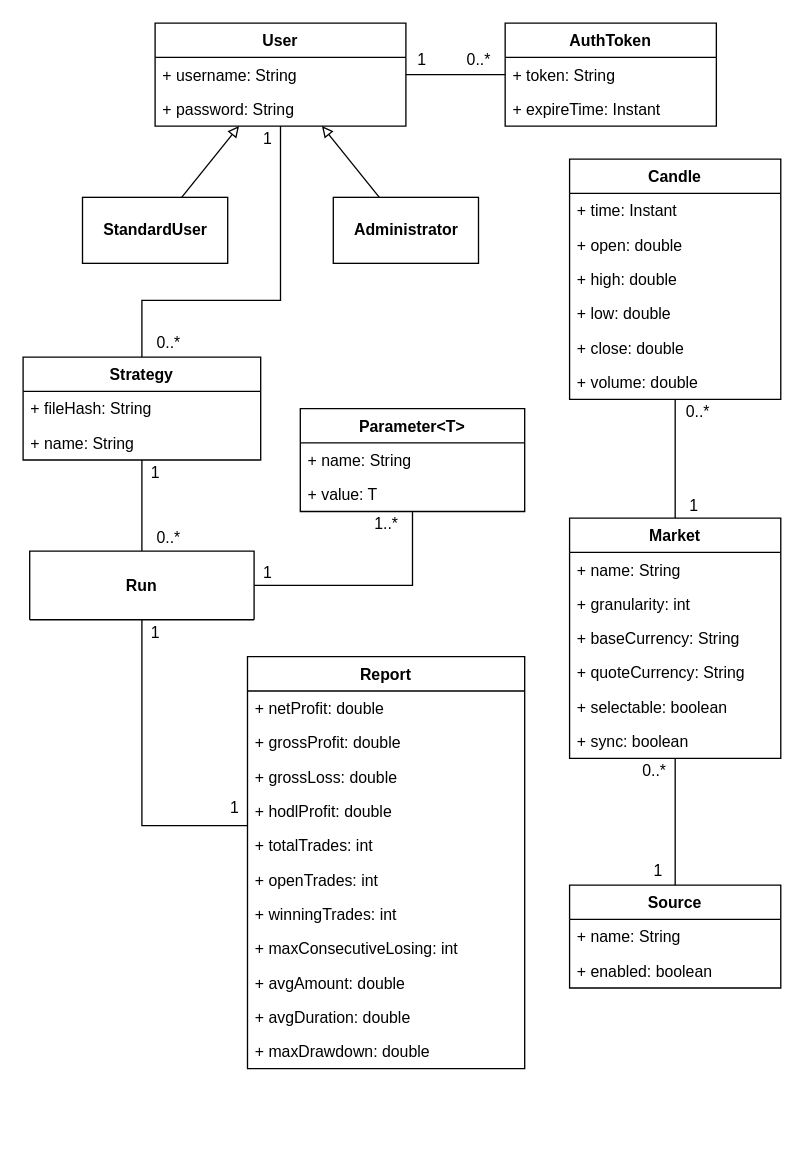
Above: drawio/datamodel.drawio in nferrante1/lsmsd2 (draw.io), before the change. Source tidied: cells renumbered, new cells numbered last; positions are measured from the earlier drawing's top-left corner, leaving out a move shared by most shapes. Both pictures are drawn from the tidied source at 132%, with x=0, y=0 at pixel (22, 22).
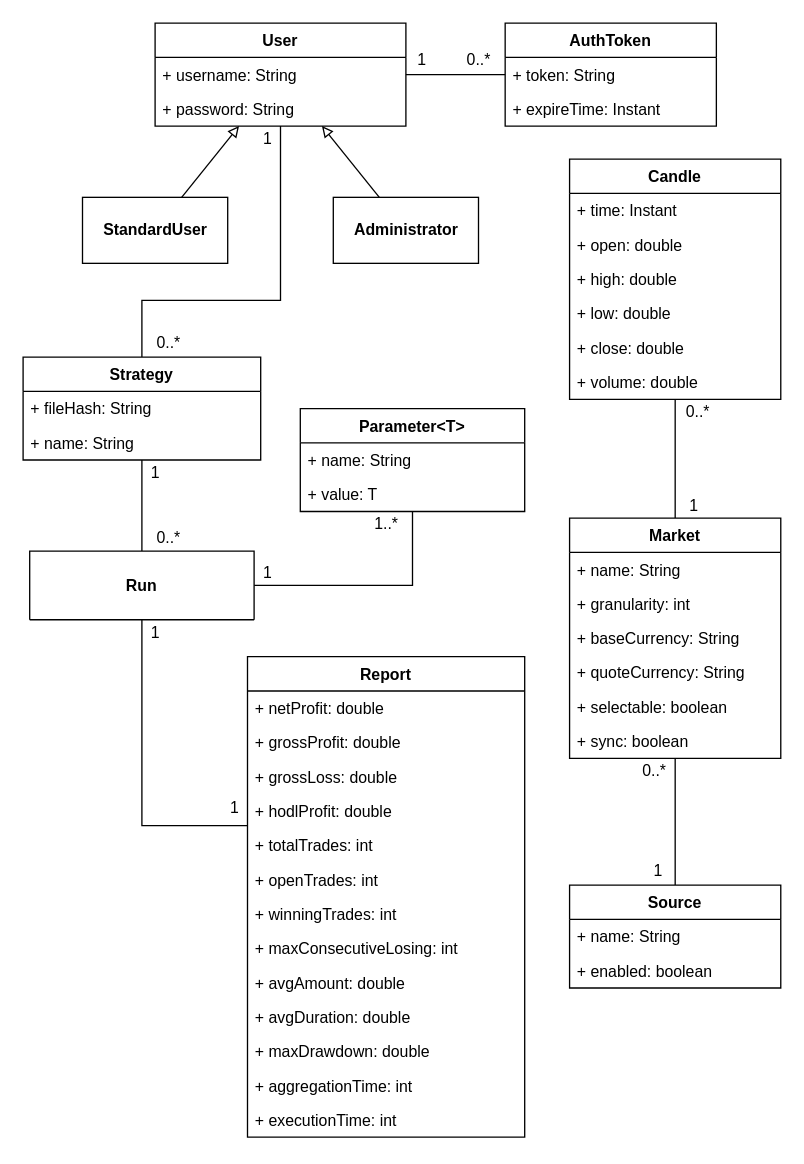
After the change.

Commit message:
Add {aggregation,execution}Time to Report class

Change to the diagram source:
```diff
@@
     <mxCell id="41" value="Report" style="swimlane;fontStyle=1;align=center;verticalAlign=top;horizontal=1;startSize=26;" parent="1" vertex="1">
-      <mxGeometry x="170" y="480" width="210" height="312" as="geometry" />
+      <mxGeometry x="170" y="480" width="210" height="364" as="geometry" />
     </mxCell>
@@
+    <mxCell id="70" value="+ aggregationTime: int" style="text;strokeColor=none;fillColor=none;align=left;verticalAlign=top;spacingLeft=4;spacingRight=4;overflow=hidden;" parent="41" vertex="1">
+      <mxGeometry y="312" width="210" height="26" as="geometry" />
+    </mxCell>
+    <mxCell id="71" value="+ executionTime: int" style="text;strokeColor=none;fillColor=none;align=left;verticalAlign=top;spacingLeft=4;spacingRight=4;overflow=hidden;" parent="41" vertex="1">
+      <mxGeometry y="338" width="210" height="26" as="geometry" />
+    </mxCell>
```
